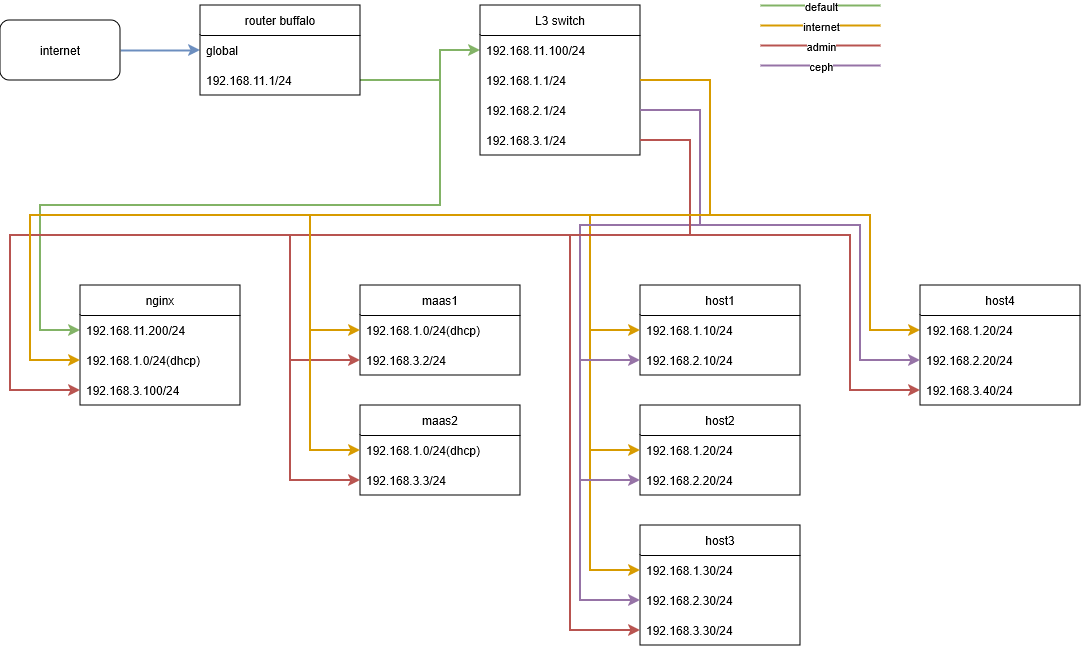
The draw.io diagram config/network.drawio.png in kigawa01/kigawa01, before a commit. Source tidied: cells renumbered, new cells last; positions are measured from the earlier drawing's top-left corner, leaving out a move shared by most shapes.
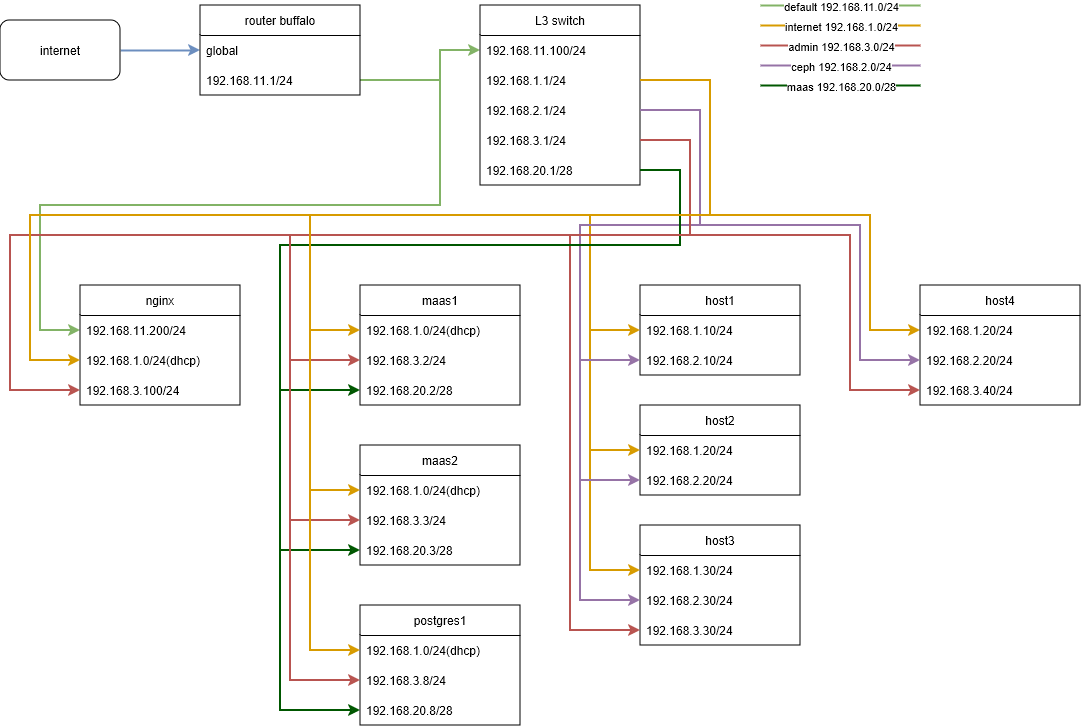
The same diagram one commit later.

Commit message:
network.drawio.png を更新します

Change to the diagram source:
```diff
@@ -46,7 +46,7 @@
       <mxGeometry y="60" width="160" height="30" as="geometry" />
     </mxCell>
     <mxCell id="10" value="L3 switch" style="swimlane;fontStyle=0;horizontal=1;startSize=30;whiteSpace=wrap;html=1;" parent="1" vertex="1">
-      <mxGeometry x="480" width="160" height="150" as="geometry" />
+      <mxGeometry x="480" width="160" height="180" as="geometry" />
     </mxCell>
     <mxCell id="11" value="192.168.11.100/24&lt;span style=&quot;white-space: pre;&quot;&gt;&#9;&lt;/span&gt;" style="text;strokeColor=none;fillColor=none;align=left;verticalAlign=middle;spacingLeft=4;spacingRight=4;overflow=hidden;points=[[0,0.5],[1,0.5]];portConstraint=eastwest;whiteSpace=wrap;html=1;" parent="10" vertex="1">
       <mxGeometry y="30" width="160" height="30" as="geometry" />
@@ -60,6 +60,9 @@
     <mxCell id="14" value="192.168.3.1/24" style="text;strokeColor=none;fillColor=none;align=left;verticalAlign=middle;spacingLeft=4;spacingRight=4;overflow=hidden;points=[[0,0.5],[1,0.5]];portConstraint=eastwest;whiteSpace=wrap;html=1;" parent="10" vertex="1">
       <mxGeometry y="120" width="160" height="30" as="geometry" />
     </mxCell>
+    <mxCell id="62" value="&lt;div&gt;192.168.20.1/28&lt;/div&gt;" style="text;strokeColor=none;fillColor=none;align=left;verticalAlign=middle;spacingLeft=4;spacingRight=4;overflow=hidden;points=[[0,0.5],[1,0.5]];portConstraint=eastwest;whiteSpace=wrap;html=1;" parent="10" vertex="1">
+      <mxGeometry y="150" width="160" height="30" as="geometry" />
+    </mxCell>
     <mxCell id="15" value="nginx" style="swimlane;fontStyle=0;horizontal=1;startSize=30;whiteSpace=wrap;html=1;" parent="1" vertex="1">
       <mxGeometry x="80" y="280" width="160" height="120" as="geometry" />
     </mxCell>
@@ -73,7 +76,7 @@
       <mxGeometry y="90" width="160" height="30" as="geometry" />
     </mxCell>
     <mxCell id="19" value="maas1" style="swimlane;fontStyle=0;horizontal=1;startSize=30;whiteSpace=wrap;html=1;" parent="1" vertex="1">
-      <mxGeometry x="360" y="280" width="160" height="90" as="geometry" />
+      <mxGeometry x="360" y="280" width="160" height="120" as="geometry" />
     </mxCell>
     <mxCell id="20" value="192.168.1.0/24(dhcp)" style="text;strokeColor=none;fillColor=none;align=left;verticalAlign=middle;spacingLeft=4;spacingRight=4;overflow=hidden;points=[[0,0.5],[1,0.5]];portConstraint=eastwest;whiteSpace=wrap;html=1;" parent="19" vertex="1">
       <mxGeometry y="30" width="160" height="30" as="geometry" />
@@ -81,6 +84,9 @@
     <mxCell id="21" value="192.168.3.2/24" style="text;strokeColor=none;fillColor=none;align=left;verticalAlign=middle;spacingLeft=4;spacingRight=4;overflow=hidden;points=[[0,0.5],[1,0.5]];portConstraint=eastwest;whiteSpace=wrap;html=1;" parent="19" vertex="1">
       <mxGeometry y="60" width="160" height="30" as="geometry" />
     </mxCell>
+    <mxCell id="63" value="192.168.20.2/28" style="text;strokeColor=none;fillColor=none;align=left;verticalAlign=middle;spacingLeft=4;spacingRight=4;overflow=hidden;points=[[0,0.5],[1,0.5]];portConstraint=eastwest;whiteSpace=wrap;html=1;" parent="19" vertex="1">
+      <mxGeometry y="90" width="160" height="30" as="geometry" />
+    </mxCell>
     <mxCell id="22" style="edgeStyle=orthogonalEdgeStyle;rounded=0;jettySize=auto;html=1;exitX=1;exitY=0.5;exitDx=0;exitDy=0;entryX=0;entryY=0.5;entryDx=0;entryDy=0;fillColor=#f8cecc;strokeColor=#b85450;strokeWidth=2;" parent="1" edge="1" source="14" target="21">
       <mxGeometry relative="1" as="geometry">
         <Array as="points">
@@ -92,7 +98,7 @@
       </mxGeometry>
     </mxCell>
     <mxCell id="23" value="maas2" style="swimlane;fontStyle=0;horizontal=1;startSize=30;whiteSpace=wrap;html=1;" parent="1" vertex="1">
-      <mxGeometry x="360" y="400" width="160" height="90" as="geometry" />
+      <mxGeometry x="360" y="440" width="160" height="120" as="geometry" />
     </mxCell>
     <mxCell id="24" value="192.168.1.0/24(dhcp)" style="text;strokeColor=none;fillColor=none;align=left;verticalAlign=middle;spacingLeft=4;spacingRight=4;overflow=hidden;points=[[0,0.5],[1,0.5]];portConstraint=eastwest;whiteSpace=wrap;html=1;" parent="23" vertex="1">
       <mxGeometry y="30" width="160" height="30" as="geometry" />
@@ -100,13 +106,16 @@
     <mxCell id="25" value="192.168.3.3/24" style="text;strokeColor=none;fillColor=none;align=left;verticalAlign=middle;spacingLeft=4;spacingRight=4;overflow=hidden;points=[[0,0.5],[1,0.5]];portConstraint=eastwest;whiteSpace=wrap;html=1;" parent="23" vertex="1">
       <mxGeometry y="60" width="160" height="30" as="geometry" />
     </mxCell>
+    <mxCell id="64" value="192.168.20.3/28" style="text;strokeColor=none;fillColor=none;align=left;verticalAlign=middle;spacingLeft=4;spacingRight=4;overflow=hidden;points=[[0,0.5],[1,0.5]];portConstraint=eastwest;whiteSpace=wrap;html=1;" parent="23" vertex="1">
+      <mxGeometry y="90" width="160" height="30" as="geometry" />
+    </mxCell>
     <mxCell id="26" style="edgeStyle=orthogonalEdgeStyle;rounded=0;jettySize=auto;html=1;exitX=1;exitY=0.5;exitDx=0;exitDy=0;entryX=0;entryY=0.5;entryDx=0;entryDy=0;fillColor=#f8cecc;strokeColor=#b85450;strokeWidth=2;" parent="1" edge="1" source="14" target="25">
       <mxGeometry relative="1" as="geometry">
         <Array as="points">
           <mxPoint x="690" y="135" />
           <mxPoint x="690" y="230" />
           <mxPoint x="290" y="230" />
-          <mxPoint x="290" y="475" />
+          <mxPoint x="290" y="515" />
         </Array>
       </mxGeometry>
     </mxCell>
@@ -245,37 +254,37 @@
     <mxCell id="50" style="endArrow=none;html=1;rounded=0;fillColor=#d5e8d4;strokeColor=#82b366;strokeWidth=2;" parent="1" edge="1">
       <mxGeometry relative="1" as="geometry">
         <mxPoint x="760" as="sourcePoint" />
-        <mxPoint x="880" as="targetPoint" />
+        <mxPoint x="920" as="targetPoint" />
       </mxGeometry>
     </mxCell>
-    <mxCell id="51" value="default" style="edgeLabel;html=1;align=center;verticalAlign=middle;" parent="50" vertex="1">
+    <mxCell id="51" value="default 192.168.11.0/24" style="edgeLabel;html=1;align=center;verticalAlign=middle;" parent="50" vertex="1">
       <mxGeometry y="-1" relative="1" as="geometry" />
     </mxCell>
     <mxCell id="52" style="endArrow=none;html=1;rounded=0;fillColor=#ffe6cc;strokeColor=#d79b00;strokeWidth=2;" parent="1" edge="1">
       <mxGeometry relative="1" as="geometry">
         <mxPoint x="760" y="20" as="sourcePoint" />
-        <mxPoint x="880" y="20" as="targetPoint" />
+        <mxPoint x="920" y="20" as="targetPoint" />
       </mxGeometry>
     </mxCell>
-    <mxCell id="53" value="internet" style="edgeLabel;html=1;align=center;verticalAlign=middle;" parent="52" vertex="1">
+    <mxCell id="53" value="internet 192.168.1.0/24" style="edgeLabel;html=1;align=center;verticalAlign=middle;" parent="52" vertex="1">
       <mxGeometry y="-1" relative="1" as="geometry" />
     </mxCell>
     <mxCell id="54" style="endArrow=none;html=1;rounded=0;fillColor=#f8cecc;strokeColor=#b85450;strokeWidth=2;" parent="1" edge="1">
       <mxGeometry relative="1" as="geometry">
         <mxPoint x="760" y="40" as="sourcePoint" />
-        <mxPoint x="880" y="40" as="targetPoint" />
+        <mxPoint x="920" y="40" as="targetPoint" />
       </mxGeometry>
     </mxCell>
-    <mxCell id="55" value="admin" style="edgeLabel;html=1;align=center;verticalAlign=middle;" parent="54" vertex="1">
+    <mxCell id="55" value="admin 192.168.3.0/24" style="edgeLabel;html=1;align=center;verticalAlign=middle;" parent="54" vertex="1">
       <mxGeometry y="-1" relative="1" as="geometry" />
     </mxCell>
     <mxCell id="56" style="endArrow=none;html=1;rounded=0;fillColor=#e1d5e7;strokeColor=#9673a6;strokeWidth=2;" parent="1" edge="1">
       <mxGeometry relative="1" as="geometry">
         <mxPoint x="760" y="60" as="sourcePoint" />
-        <mxPoint x="880" y="60" as="targetPoint" />
+        <mxPoint x="920" y="60" as="targetPoint" />
       </mxGeometry>
     </mxCell>
-    <mxCell id="57" value="ceph" style="edgeLabel;html=1;align=center;verticalAlign=middle;" parent="56" vertex="1">
+    <mxCell id="57" value="ceph 192.168.2.0/24" style="edgeLabel;html=1;align=center;verticalAlign=middle;" parent="56" vertex="1">
       <mxGeometry y="-1" relative="1" as="geometry" />
     </mxCell>
     <mxCell id="58" style="edgeStyle=orthogonalEdgeStyle;rounded=0;jettySize=auto;html=1;exitX=1;exitY=0.5;exitDx=0;exitDy=0;entryX=0;entryY=0.5;entryDx=0;entryDy=0;fillColor=#f8cecc;strokeColor=#b85450;strokeWidth=2;" parent="1" edge="1" source="14" target="37">
@@ -314,9 +323,80 @@
           <mxPoint x="710" y="75" />
           <mxPoint x="710" y="210" />
           <mxPoint x="310" y="210" />
-          <mxPoint x="310" y="445" />
+          <mxPoint x="310" y="485" />
         </Array>
       </mxGeometry>
     </mxCell>
+    <mxCell id="65" style="endArrow=none;html=1;rounded=0;fillColor=#008a00;strokeColor=#005700;strokeWidth=2;" parent="1" edge="1">
+      <mxGeometry relative="1" as="geometry">
+        <mxPoint x="760" y="80" as="sourcePoint" />
+        <mxPoint x="920" y="80" as="targetPoint" />
+      </mxGeometry>
+    </mxCell>
+    <mxCell id="66" value="maas 192.168.20.0/28" style="edgeLabel;html=1;align=center;verticalAlign=middle;" parent="65" vertex="1">
+      <mxGeometry y="-1" relative="1" as="geometry" />
+    </mxCell>
+    <mxCell id="67" style="edgeStyle=orthogonalEdgeStyle;rounded=0;jettySize=auto;html=1;exitX=1;exitY=0.5;exitDx=0;exitDy=0;entryX=0;entryY=0.5;entryDx=0;entryDy=0;strokeWidth=2;fillColor=#008a00;strokeColor=#005700;" parent="1" edge="1" source="62" target="63">
+      <mxGeometry relative="1" as="geometry">
+        <Array as="points">
+          <mxPoint x="680" y="165" />
+          <mxPoint x="680" y="240" />
+          <mxPoint x="280" y="240" />
+          <mxPoint x="280" y="385" />
+        </Array>
+      </mxGeometry>
+    </mxCell>
+    <mxCell id="68" style="edgeStyle=orthogonalEdgeStyle;rounded=0;jettySize=auto;html=1;exitX=1;exitY=0.5;exitDx=0;exitDy=0;entryX=0;entryY=0.5;entryDx=0;entryDy=0;fillColor=#008a00;strokeColor=#005700;strokeWidth=2;" parent="1" edge="1" source="62" target="64">
+      <mxGeometry relative="1" as="geometry">
+        <Array as="points">
+          <mxPoint x="680" y="165" />
+          <mxPoint x="680" y="240" />
+          <mxPoint x="280" y="240" />
+          <mxPoint x="280" y="545" />
+        </Array>
+      </mxGeometry>
+    </mxCell>
+    <mxCell id="69" value="postgres1" style="swimlane;fontStyle=0;horizontal=1;startSize=30;whiteSpace=wrap;html=1;" parent="1" vertex="1">
+      <mxGeometry x="360" y="600" width="160" height="120" as="geometry" />
+    </mxCell>
+    <mxCell id="70" value="192.168.1.0/24(dhcp)" style="text;strokeColor=none;fillColor=none;align=left;verticalAlign=middle;spacingLeft=4;spacingRight=4;overflow=hidden;points=[[0,0.5],[1,0.5]];portConstraint=eastwest;whiteSpace=wrap;html=1;" parent="69" vertex="1">
+      <mxGeometry y="30" width="160" height="30" as="geometry" />
+    </mxCell>
+    <mxCell id="71" value="192.168.3.8/24" style="text;strokeColor=none;fillColor=none;align=left;verticalAlign=middle;spacingLeft=4;spacingRight=4;overflow=hidden;points=[[0,0.5],[1,0.5]];portConstraint=eastwest;whiteSpace=wrap;html=1;" parent="69" vertex="1">
+      <mxGeometry y="60" width="160" height="30" as="geometry" />
+    </mxCell>
+    <mxCell id="72" value="192.168.20.8/28" style="text;strokeColor=none;fillColor=none;align=left;verticalAlign=middle;spacingLeft=4;spacingRight=4;overflow=hidden;points=[[0,0.5],[1,0.5]];portConstraint=eastwest;whiteSpace=wrap;html=1;" parent="69" vertex="1">
+      <mxGeometry y="90" width="160" height="30" as="geometry" />
+    </mxCell>
+    <mxCell id="73" style="edgeStyle=orthogonalEdgeStyle;rounded=0;jettySize=auto;html=1;exitX=1;exitY=0.5;exitDx=0;exitDy=0;entryX=0;entryY=0.5;entryDx=0;entryDy=0;fillColor=#008a00;strokeColor=#005700;strokeWidth=2;" parent="1" edge="1" source="62" target="72">
+      <mxGeometry relative="1" as="geometry">
+        <Array as="points">
+          <mxPoint x="680" y="165" />
+          <mxPoint x="680" y="240" />
+          <mxPoint x="280" y="240" />
+          <mxPoint x="280" y="705" />
+        </Array>
+      </mxGeometry>
+    </mxCell>
+    <mxCell id="74" style="edgeStyle=orthogonalEdgeStyle;rounded=0;jettySize=auto;html=1;exitX=1;exitY=0.5;exitDx=0;exitDy=0;entryX=0;entryY=0.5;entryDx=0;entryDy=0;fillColor=#f8cecc;strokeColor=#b85450;strokeWidth=2;" parent="1" edge="1" source="14" target="71">
+      <mxGeometry relative="1" as="geometry">
+        <Array as="points">
+          <mxPoint x="690" y="135" />
+          <mxPoint x="690" y="230" />
+          <mxPoint x="290" y="230" />
+          <mxPoint x="290" y="675" />
+        </Array>
+      </mxGeometry>
+    </mxCell>
+    <mxCell id="75" style="edgeStyle=orthogonalEdgeStyle;rounded=0;jettySize=auto;html=1;exitX=1;exitY=0.5;exitDx=0;exitDy=0;entryX=0;entryY=0.5;entryDx=0;entryDy=0;fillColor=#ffe6cc;strokeColor=#d79b00;strokeWidth=2;" parent="1" edge="1" source="12" target="70">
+      <mxGeometry relative="1" as="geometry">
+        <Array as="points">
+          <mxPoint x="710" y="75" />
+          <mxPoint x="710" y="210" />
+          <mxPoint x="310" y="210" />
+          <mxPoint x="310" y="645" />
+        </Array>
+      </mxGeometry>
+    </mxCell>
   </root>
 </mxGraphModel>
```
